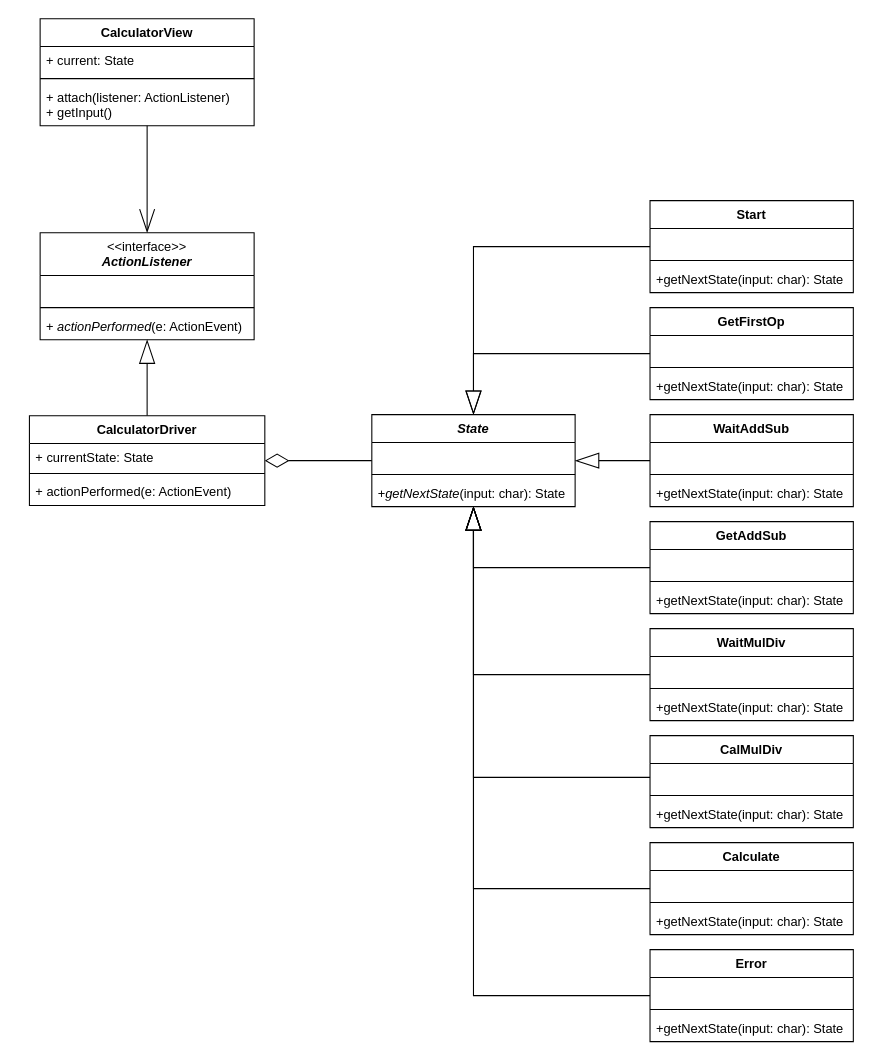
Before: Assignment 4/Calculator Class Diagram.drawio in slamjam02/SE311-Homeworks, a draw.io diagram. Source tidied: cells renumbered, new cells numbered last; positions are measured from the earlier drawing's top-left corner, leaving out a move shared by most shapes. Both pictures are drawn from the tidied source at 107%, with x=0, y=0 at pixel (29, 18).
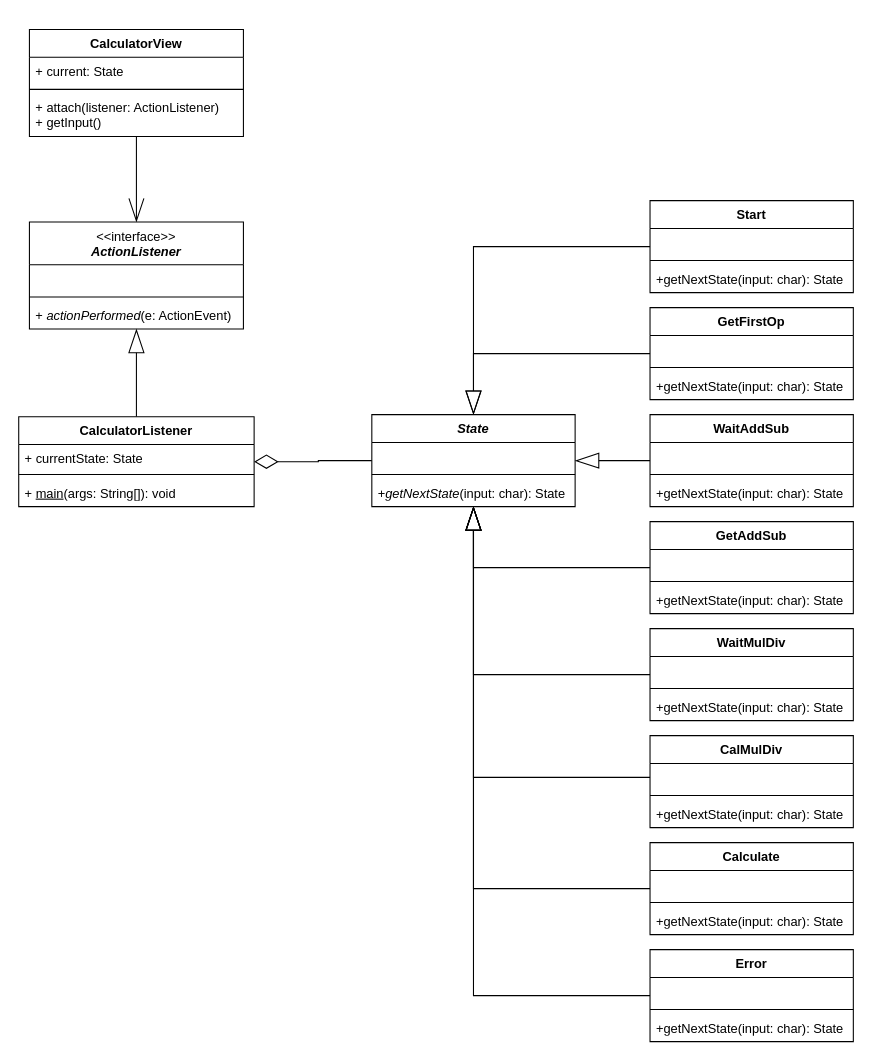
The same diagram, later.

Commit message (it also covers changes not shown here):
CalculatorListener now responds to button presses

Diff of the diagram source:
```diff
@@
-    <mxCell id="2" style="edgeStyle=orthogonalEdgeStyle;rounded=0;jettySize=auto;html=1;endArrow=blockThin;endFill=0;endSize=20;" parent="1" edge="1" source="3" target="57">
+    <mxCell id="2" style="edgeStyle=orthogonalEdgeStyle;shape=connector;rounded=0;jettySize=auto;html=1;strokeColor=default;align=center;verticalAlign=middle;fontFamily=Helvetica;fontSize=11;fontColor=default;labelBackgroundColor=default;endArrow=blockThin;endFill=0;endSize=20;" parent="1" edge="1" source="3" target="57">
       <mxGeometry relative="1" as="geometry" />
     </mxCell>
-    <mxCell id="3" value="CalculatorDriver" style="swimlane;fontStyle=1;align=center;verticalAlign=top;horizontal=1;startSize=26;whiteSpace=wrap;html=1;" parent="1" vertex="1">
-      <mxGeometry y="371" width="220" height="84" as="geometry" />
+    <mxCell id="3" value="CalculatorListener" style="swimlane;fontStyle=1;align=center;verticalAlign=top;horizontal=1;startSize=26;whiteSpace=wrap;html=1;" parent="1" vertex="1">
+      <mxGeometry x="-10" y="372" width="220" height="84" as="geometry" />
     </mxCell>
@@
-    <mxCell id="6" value="+ actionPerformed(e: ActionEvent)" style="text;strokeColor=none;fillColor=none;align=left;verticalAlign=top;spacingLeft=4;spacingRight=4;overflow=hidden;whiteSpace=wrap;html=1;" parent="3" vertex="1">
+    <mxCell id="6" value="+ &lt;u&gt;main&lt;/u&gt;(args: String[]): void" style="text;strokeColor=none;fillColor=none;align=left;verticalAlign=top;spacingLeft=4;spacingRight=4;overflow=hidden;whiteSpace=wrap;html=1;" parent="3" vertex="1">
       <mxGeometry y="58" width="220" height="26" as="geometry" />
     </mxCell>
@@
     <mxCell id="53" value="CalculatorView" style="swimlane;fontStyle=1;align=center;verticalAlign=top;horizontal=1;startSize=26;whiteSpace=wrap;html=1;" parent="1" vertex="1">
-      <mxGeometry x="10" width="200" height="100" as="geometry" />
+      <mxGeometry y="10" width="200" height="100" as="geometry" />
     </mxCell>
@@
     <mxCell id="57" value="&lt;span style=&quot;font-weight: normal;&quot;&gt;&amp;lt;&amp;lt;interface&amp;gt;&amp;gt;&lt;br&gt;&lt;/span&gt;&lt;i&gt;ActionListener&lt;/i&gt;" style="swimlane;fontStyle=1;align=center;verticalAlign=top;horizontal=1;startSize=40;whiteSpace=wrap;html=1;" parent="1" vertex="1">
-      <mxGeometry x="10" y="200" width="200" height="100" as="geometry" />
+      <mxGeometry y="190" width="200" height="100" as="geometry" />
     </mxCell>
```
